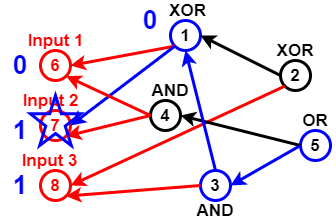
sara1024/-CCF201412-2-Z- keeps this draw.io diagram as Untitled Diagram.png. Above is the earlier version. Source tidied: cells renumbered, new cells last; positions are measured from the earlier drawing's top-left corner, leaving out a move shared by most shapes.
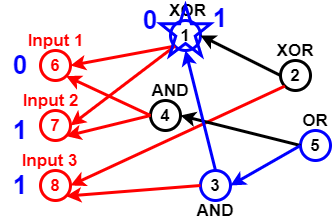
After the commit.

The edit, as a diff of the source:
```diff
@@ -17,7 +17,7 @@
     <mxCell id="6" style="endArrow=classic;html=1;fontSize=17;fontColor=#000000;strokeWidth=3;entryX=1;entryY=0.5;entryDx=0;entryDy=0;exitX=0;exitY=1;exitDx=0;exitDy=0;strokeColor=#FF0000;" parent="1" edge="1" source="5" target="2">
       <mxGeometry relative="1" as="geometry" />
     </mxCell>
-    <mxCell id="7" style="endArrow=classic;html=1;strokeWidth=3;fontSize=17;fontColor=#000000;entryX=1;entryY=0.5;entryDx=0;entryDy=0;exitX=0;exitY=1;exitDx=0;exitDy=0;strokeColor=#0000FF;" parent="1" edge="1" source="5" target="3">
+    <mxCell id="7" style="endArrow=classic;html=1;strokeWidth=3;fontSize=17;fontColor=#000000;entryX=1;entryY=0.5;entryDx=0;entryDy=0;exitX=0;exitY=1;exitDx=0;exitDy=0;strokeColor=#FF0000;" parent="1" edge="1" source="5" target="3">
       <mxGeometry relative="1" as="geometry" />
     </mxCell>
     <mxCell id="8" value="4" style="ellipse;whiteSpace=wrap;html=1;strokeColor=#000000;strokeWidth=3;fillColor=none;fontSize=17;fontColor=#000000;fontStyle=1;" parent="1" vertex="1">
@@ -90,10 +90,13 @@
       <mxGeometry y="175" width="40" height="20" as="geometry" />
     </mxCell>
     <mxCell id="31" style="verticalLabelPosition=bottom;verticalAlign=top;html=1;shape=mxgraph.basic.star;strokeWidth=3;fillColor=none;gradientColor=none;fontSize=26;fontColor=#0000CC;strokeColor=#0000FF;" parent="1" vertex="1">
-      <mxGeometry x="30" y="95" width="50" height="50" as="geometry" />
+      <mxGeometry x="160" y="5" width="50" height="50" as="geometry" />
     </mxCell>
     <mxCell id="32" value="0" style="text;html=1;strokeColor=none;fillColor=none;align=center;verticalAlign=middle;whiteSpace=wrap;rounded=0;fontSize=26;fontColor=#0000FF;fontStyle=1;" parent="1" vertex="1">
       <mxGeometry x="130" y="10" width="40" height="20" as="geometry" />
     </mxCell>
+    <mxCell id="33" value="1" style="text;html=1;strokeColor=none;fillColor=none;align=center;verticalAlign=middle;whiteSpace=wrap;rounded=0;fontSize=26;fontColor=#0000FF;fontStyle=1;" parent="1" vertex="1">
+      <mxGeometry x="200" y="5" width="40" height="25" as="geometry" />
+    </mxCell>
   </root>
 </mxGraphModel>
```
